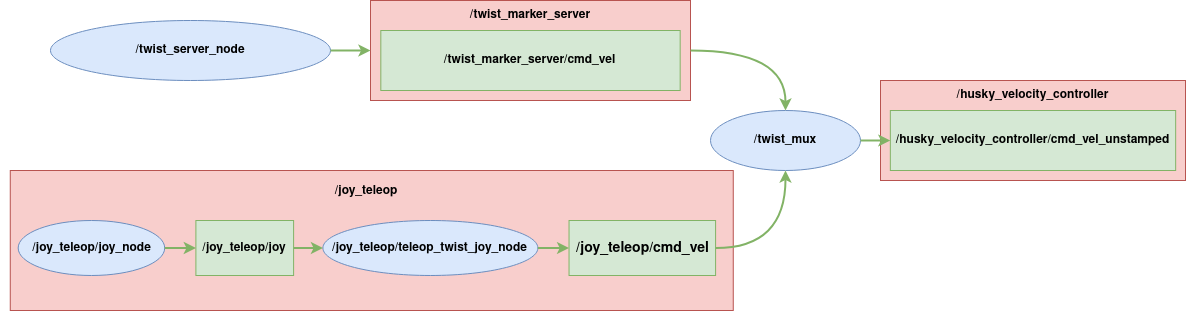
orjano-max/ORJANOS_MASTER_REPO keeps this draw.io diagram as Figures/husky_teleop.drawio.png. Above is the earlier version. Source tidied: cells renumbered, new cells last; positions are measured from the earlier drawing's top-left corner, leaving out a move shared by most shapes.
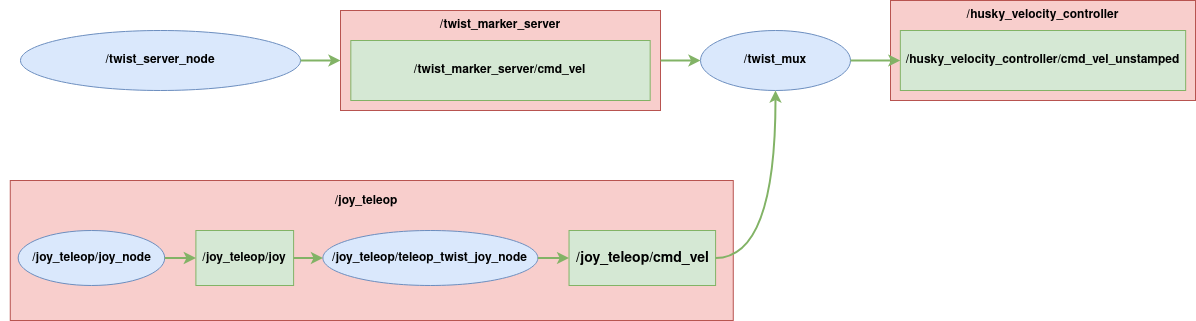
Above is the later version.

Diff of the diagram source:
```diff
@@ -3,7 +3,7 @@
     <mxCell id="0" />
     <mxCell id="1" parent="0" />
     <mxCell id="2" style="group;" parent="1" vertex="1">
-      <mxGeometry x="880" y="80" width="305" height="100" as="geometry" />
+      <mxGeometry x="870" y="-10" width="305" height="100" as="geometry" />
     </mxCell>
     <mxCell id="3" style="rounded=0;whiteSpace=wrap;html=1;fillColor=#f8cecc;strokeColor=#b85450;" parent="2" vertex="1">
       <mxGeometry width="305" height="100" as="geometry" />
@@ -15,13 +15,13 @@
       <mxGeometry x="9.8" y="30" width="285.3" height="60" as="geometry" />
     </mxCell>
     <mxCell id="6" value="/twist_mux" style="ellipse;whiteSpace=wrap;html=1;fillColor=#dae8fc;strokeColor=#6c8ebf;fontStyle=1;" parent="1" vertex="1">
-      <mxGeometry x="710" y="110" width="150" height="60" as="geometry" />
+      <mxGeometry x="680" y="20" width="150" height="60" as="geometry" />
     </mxCell>
     <mxCell id="7" style="edgeStyle=orthogonalEdgeStyle;jettySize=auto;html=1;curved=1;fillColor=#d5e8d4;strokeColor=#82b366;strokeWidth=2;rounded=0;entryX=0;entryY=0.5;entryDx=0;entryDy=0;exitX=1;exitY=0.5;exitDx=0;exitDy=0;" parent="1" edge="1" source="6" target="5">
       <mxGeometry relative="1" as="geometry" />
     </mxCell>
     <mxCell id="8" style="group;" parent="1" vertex="1">
-      <mxGeometry x="370" width="320" height="100" as="geometry" />
+      <mxGeometry x="320" width="320" height="100" as="geometry" />
     </mxCell>
     <mxCell id="9" style="rounded=0;whiteSpace=wrap;html=1;fillColor=#f8cecc;strokeColor=#b85450;" parent="8" vertex="1">
       <mxGeometry width="320" height="100" as="geometry" />
@@ -32,17 +32,17 @@
     <mxCell id="11" value="&lt;b&gt;/twist_marker_server/cmd_vel&lt;/b&gt;" style="rounded=0;whiteSpace=wrap;html=1;fillColor=#d5e8d4;strokeColor=#82b366;" parent="8" vertex="1">
       <mxGeometry x="10.3" y="30" width="299.4" height="60" as="geometry" />
     </mxCell>
-    <mxCell id="12" style="edgeStyle=orthogonalEdgeStyle;jettySize=auto;html=1;curved=1;fillColor=#d5e8d4;strokeColor=#82b366;strokeWidth=2;rounded=0;exitX=1;exitY=0.5;exitDx=0;exitDy=0;entryX=0.5;entryY=0;entryDx=0;entryDy=0;" parent="1" edge="1" source="9" target="6">
+    <mxCell id="12" style="edgeStyle=orthogonalEdgeStyle;jettySize=auto;html=1;curved=1;fillColor=#d5e8d4;strokeColor=#82b366;strokeWidth=2;rounded=0;exitX=1;exitY=0.5;exitDx=0;exitDy=0;entryX=0;entryY=0.5;entryDx=0;entryDy=0;" parent="1" edge="1" source="9" target="6">
       <mxGeometry relative="1" as="geometry" />
     </mxCell>
     <mxCell id="13" value="/twist_server_node" style="ellipse;whiteSpace=wrap;html=1;fillColor=#dae8fc;strokeColor=#6c8ebf;fontStyle=1;" parent="1" vertex="1">
-      <mxGeometry x="50" y="20" width="280" height="60" as="geometry" />
+      <mxGeometry y="20" width="280" height="60" as="geometry" />
     </mxCell>
     <mxCell id="14" style="edgeStyle=orthogonalEdgeStyle;jettySize=auto;html=1;curved=1;fillColor=#d5e8d4;strokeColor=#82b366;strokeWidth=2;rounded=0;exitX=1;exitY=0.5;exitDx=0;exitDy=0;entryX=0;entryY=0.5;entryDx=0;entryDy=0;" parent="1" edge="1" source="13" target="9">
       <mxGeometry relative="1" as="geometry" />
     </mxCell>
     <mxCell id="15" style="group;" parent="1" vertex="1">
-      <mxGeometry y="170" width="850" height="140" as="geometry" />
+      <mxGeometry x="-20" y="170" width="850" height="140" as="geometry" />
     </mxCell>
     <mxCell id="16" style="rounded=0;whiteSpace=wrap;html=1;fillColor=#f8cecc;strokeColor=#b85450;" parent="15" vertex="1">
       <mxGeometry x="9.8" width="723" height="140" as="geometry" />
```
